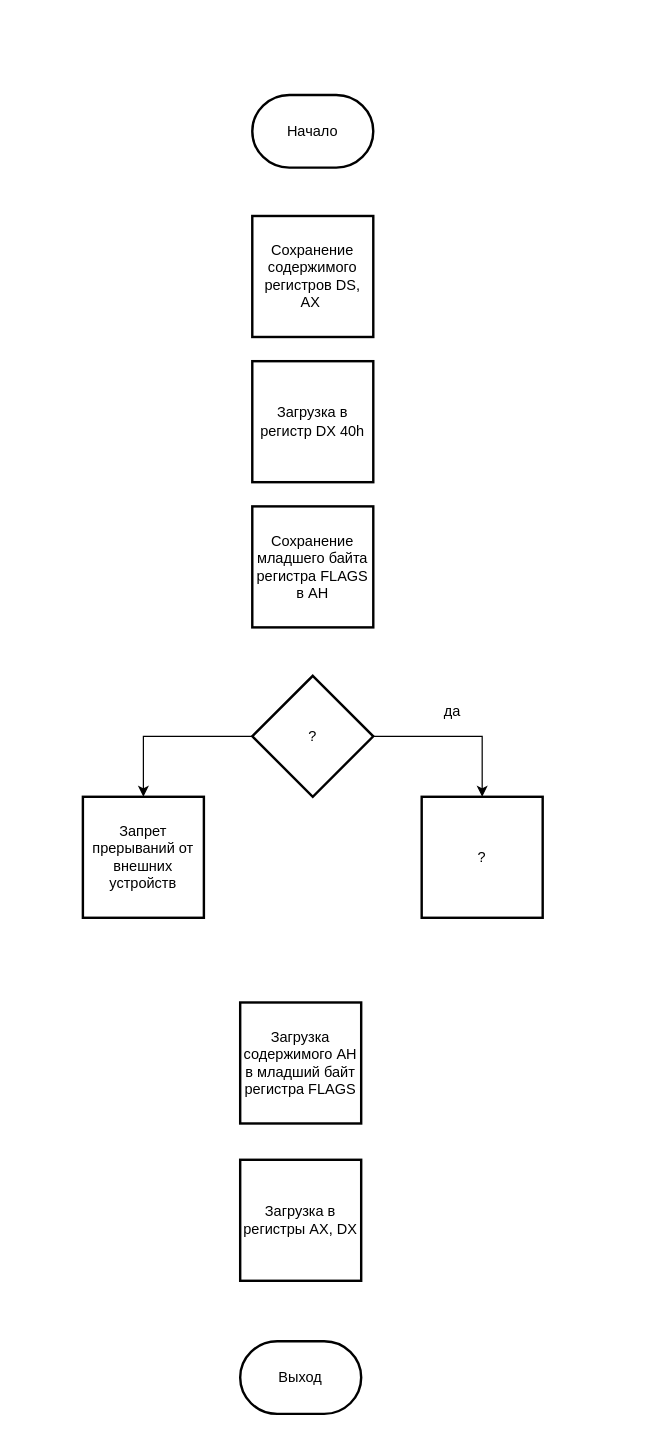
Before: sem5/lab_01/algorithm/sub_1.drawio in hamzreg/bmstu-os, a draw.io diagram. Source tidied: cells renumbered, new cells numbered last; positions are measured from the earlier drawing's top-left corner, leaving out a move shared by most shapes. Both pictures are drawn from the tidied source at 121%, with x=0, y=0 at pixel (82, 94).
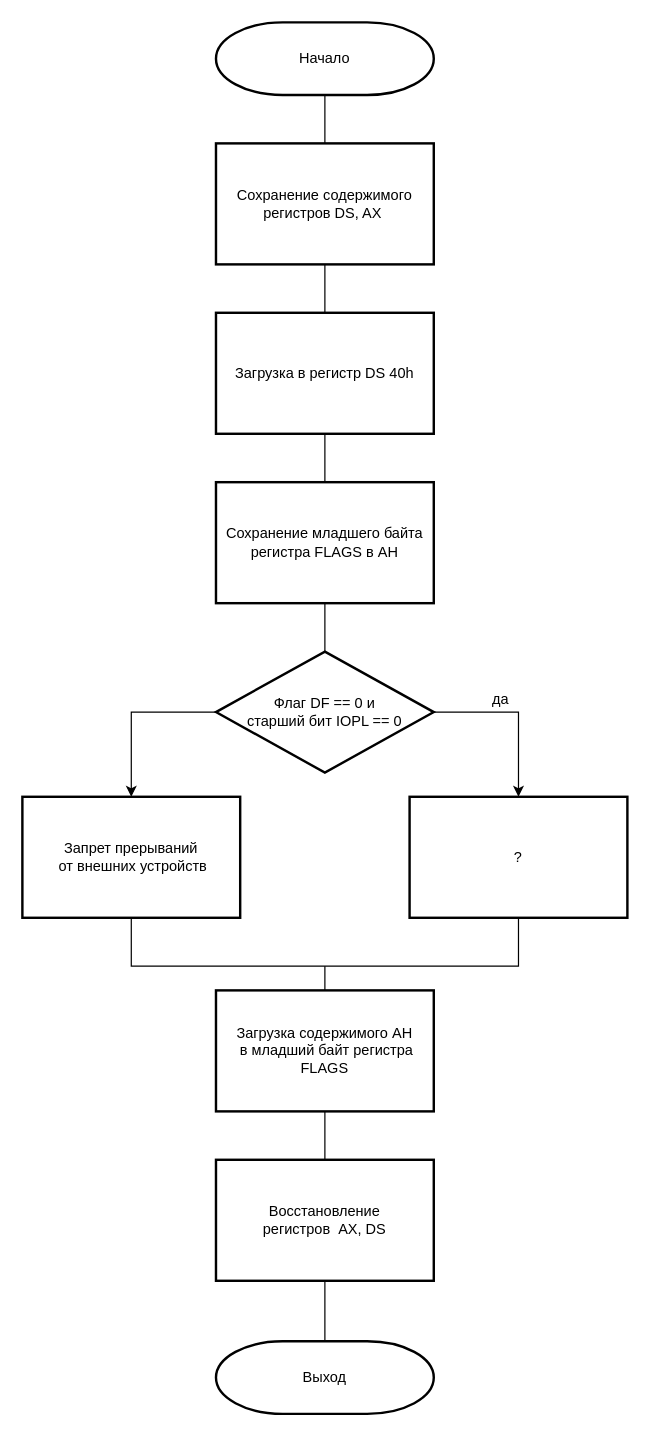
Above is the later version.

Diff of the diagram source:
```diff
@@
+    <mxCell id="15" style="edgeStyle=orthogonalEdgeStyle;rounded=0;jettySize=auto;html=1;exitX=0.5;exitY=1;exitDx=0;exitDy=0;exitPerimeter=0;entryX=0.5;entryY=0;entryDx=0;entryDy=0;endArrow=none;endFill=0;" parent="1" edge="1" source="2" target="3">
+      <mxGeometry relative="1" as="geometry" />
+    </mxCell>
     <mxCell id="2" value="Начало" style="strokeWidth=2;html=1;shape=mxgraph.flowchart.terminator;whiteSpace=wrap;" parent="1" vertex="1">
-      <mxGeometry x="140" width="100" height="60" as="geometry" />
+      <mxGeometry x="110" y="-60" width="180" height="60" as="geometry" />
     </mxCell>
+    <mxCell id="16" style="edgeStyle=orthogonalEdgeStyle;rounded=0;jettySize=auto;html=1;exitX=0.5;exitY=1;exitDx=0;exitDy=0;entryX=0.5;entryY=0;entryDx=0;entryDy=0;endArrow=none;endFill=0;" parent="1" edge="1" source="3" target="4">
+      <mxGeometry relative="1" as="geometry" />
+    </mxCell>
     <mxCell id="3" value="Сохранение содержимого регистров DS, AX&amp;nbsp;" style="rounded=0;whiteSpace=wrap;html=1;absoluteArcSize=1;arcSize=14;strokeWidth=2;" parent="1" vertex="1">
-      <mxGeometry x="140" y="100" width="100" height="100" as="geometry" />
+      <mxGeometry x="110" y="40" width="180" height="100" as="geometry" />
     </mxCell>
+    <mxCell id="17" style="edgeStyle=orthogonalEdgeStyle;rounded=0;jettySize=auto;html=1;exitX=0.5;exitY=1;exitDx=0;exitDy=0;entryX=0.5;entryY=0;entryDx=0;entryDy=0;endArrow=none;endFill=0;" parent="1" edge="1" source="4" target="5">
+      <mxGeometry relative="1" as="geometry" />
+    </mxCell>
-    <mxCell id="4" value="Загрузка в регистр DX 40h" style="rounded=0;whiteSpace=wrap;html=1;absoluteArcSize=1;arcSize=14;strokeWidth=2;" parent="1" vertex="1">
-      <mxGeometry x="140" y="220" width="100" height="100" as="geometry" />
+    <mxCell id="4" value="Загрузка в регистр DS 40h" style="rounded=0;whiteSpace=wrap;html=1;absoluteArcSize=1;arcSize=14;strokeWidth=2;" parent="1" vertex="1">
+      <mxGeometry x="110" y="180" width="180" height="100" as="geometry" />
     </mxCell>
+    <mxCell id="18" style="edgeStyle=orthogonalEdgeStyle;rounded=0;jettySize=auto;html=1;exitX=0.5;exitY=1;exitDx=0;exitDy=0;entryX=0.5;entryY=0;entryDx=0;entryDy=0;entryPerimeter=0;endArrow=none;endFill=0;" parent="1" edge="1" source="5" target="9">
+      <mxGeometry relative="1" as="geometry" />
+    </mxCell>
     <mxCell id="5" value="Сохранение младшего байта регистра FLAGS в AH" style="rounded=0;whiteSpace=wrap;html=1;absoluteArcSize=1;arcSize=14;strokeWidth=2;" parent="1" vertex="1">
-      <mxGeometry x="140" y="340" width="100" height="100" as="geometry" />
+      <mxGeometry x="110" y="320" width="180" height="100" as="geometry" />
     </mxCell>
     <mxCell id="6" value="Выход" style="strokeWidth=2;html=1;shape=mxgraph.flowchart.terminator;whiteSpace=wrap;" parent="1" vertex="1">
-      <mxGeometry x="130" y="1030" width="100" height="60" as="geometry" />
+      <mxGeometry x="110" y="1030" width="180" height="60" as="geometry" />
     </mxCell>
@@
-    <mxCell id="9" value="?" style="strokeWidth=2;html=1;shape=mxgraph.flowchart.decision;whiteSpace=wrap;" parent="1" vertex="1">
-      <mxGeometry x="140" y="480" width="100" height="100" as="geometry" />
+    <mxCell id="9" value="&lt;font style=&quot;font-size: 12px&quot;&gt;Флаг DF == 0 и &lt;br&gt;старший бит IOPL == 0&lt;/font&gt;" style="strokeWidth=2;html=1;shape=mxgraph.flowchart.decision;whiteSpace=wrap;" parent="1" vertex="1">
+      <mxGeometry x="110" y="460" width="180" height="100" as="geometry" />
     </mxCell>
+    <mxCell id="19" style="edgeStyle=orthogonalEdgeStyle;rounded=0;jettySize=auto;html=1;exitX=0.5;exitY=1;exitDx=0;exitDy=0;entryX=0.5;entryY=1;entryDx=0;entryDy=0;endArrow=none;endFill=0;" parent="1" edge="1" source="10" target="11">
+      <mxGeometry relative="1" as="geometry">
+        <Array as="points">
+          <mxPoint x="40" y="720" />
+          <mxPoint x="360" y="720" />
+        </Array>
+      </mxGeometry>
+    </mxCell>
-    <mxCell id="10" value="Запрет прерываний от внешних устройств" style="rounded=0;whiteSpace=wrap;html=1;absoluteArcSize=1;arcSize=14;strokeWidth=2;" parent="1" vertex="1">
-      <mxGeometry y="580" width="100" height="100" as="geometry" />
+    <mxCell id="10" value="Запрет прерываний&lt;br&gt;&amp;nbsp;от внешних устройств" style="rounded=0;whiteSpace=wrap;html=1;absoluteArcSize=1;arcSize=14;strokeWidth=2;" parent="1" vertex="1">
+      <mxGeometry x="-50" y="580" width="180" height="100" as="geometry" />
     </mxCell>
     <mxCell id="11" value="?" style="rounded=0;whiteSpace=wrap;html=1;absoluteArcSize=1;arcSize=14;strokeWidth=2;" parent="1" vertex="1">
-      <mxGeometry x="280" y="580" width="100" height="100" as="geometry" />
+      <mxGeometry x="270" y="580" width="180" height="100" as="geometry" />
     </mxCell>
+    <mxCell id="20" style="edgeStyle=orthogonalEdgeStyle;rounded=0;jettySize=auto;html=1;exitX=0.5;exitY=1;exitDx=0;exitDy=0;entryX=0.5;entryY=0;entryDx=0;entryDy=0;endArrow=none;endFill=0;" parent="1" edge="1" source="12" target="13">
+      <mxGeometry relative="1" as="geometry" />
+    </mxCell>
+    <mxCell id="21" style="edgeStyle=orthogonalEdgeStyle;rounded=0;jettySize=auto;html=1;exitX=0.5;exitY=0;exitDx=0;exitDy=0;endArrow=none;endFill=0;" parent="1" edge="1" source="12">
+      <mxGeometry relative="1" as="geometry">
+        <mxPoint x="200" y="720" as="targetPoint" />
+      </mxGeometry>
+    </mxCell>
-    <mxCell id="12" value="Загрузка содержимого AH в младший байт регистра FLAGS" style="rounded=0;whiteSpace=wrap;html=1;absoluteArcSize=1;arcSize=14;strokeWidth=2;" parent="1" vertex="1">
-      <mxGeometry x="130" y="750" width="100" height="100" as="geometry" />
+    <mxCell id="12" value="Загрузка содержимого AH&lt;br&gt;&amp;nbsp;в младший байт регистра FLAGS" style="rounded=0;whiteSpace=wrap;html=1;absoluteArcSize=1;arcSize=14;strokeWidth=2;" parent="1" vertex="1">
+      <mxGeometry x="110" y="740" width="180" height="100" as="geometry" />
     </mxCell>
+    <mxCell id="22" style="edgeStyle=orthogonalEdgeStyle;rounded=0;jettySize=auto;html=1;exitX=0.5;exitY=1;exitDx=0;exitDy=0;entryX=0.5;entryY=0;entryDx=0;entryDy=0;entryPerimeter=0;endArrow=none;endFill=0;" parent="1" edge="1" source="13" target="6">
+      <mxGeometry relative="1" as="geometry" />
+    </mxCell>
-    <mxCell id="13" value="Загрузка в регистры AX, DX" style="rounded=0;whiteSpace=wrap;html=1;absoluteArcSize=1;arcSize=14;strokeWidth=2;" parent="1" vertex="1">
-      <mxGeometry x="130" y="880" width="100" height="100" as="geometry" />
+    <mxCell id="13" value="Восстановление &lt;br&gt;регистров&amp;nbsp; AX, DS" style="rounded=0;whiteSpace=wrap;html=1;absoluteArcSize=1;arcSize=14;strokeWidth=2;" parent="1" vertex="1">
+      <mxGeometry x="110" y="880" width="180" height="100" as="geometry" />
     </mxCell>
     <mxCell id="14" value="да" style="text;html=1;align=center;verticalAlign=middle;strokeColor=none;" parent="1" vertex="1">
-      <mxGeometry x="290" y="500" width="30" height="20" as="geometry" />
+      <mxGeometry x="330" y="490" width="30" height="20" as="geometry" />
     </mxCell>
```
